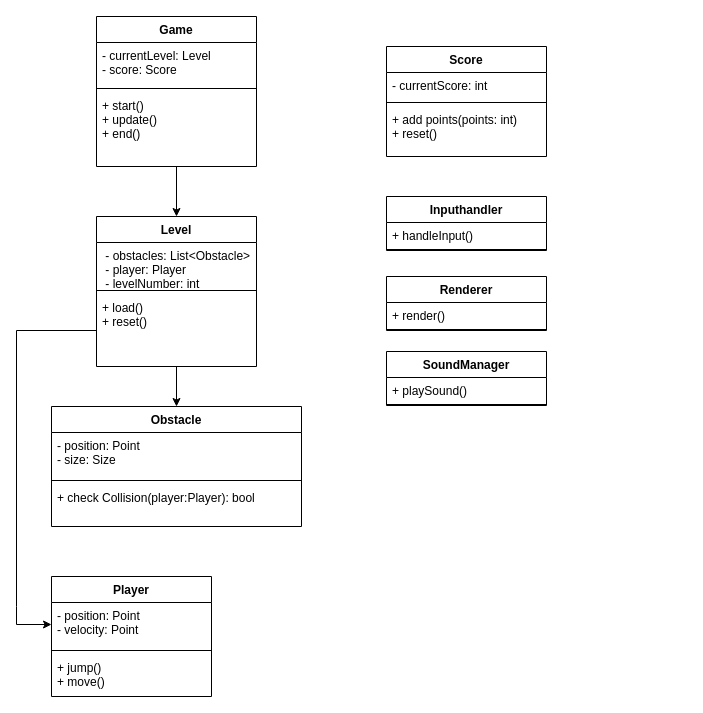
Above: design/classdiagram.drawio in MTHS-ICS4U-1-2023/ICS4U-Final-Project-EmmanuelAndEvgeny (draw.io), before the change. Source tidied: cells renumbered, new cells numbered last; positions are measured from the earlier drawing's top-left corner, leaving out a move shared by most shapes. Both pictures are drawn from the tidied source at 100%, with x=0, y=0 at pixel (16, 16).
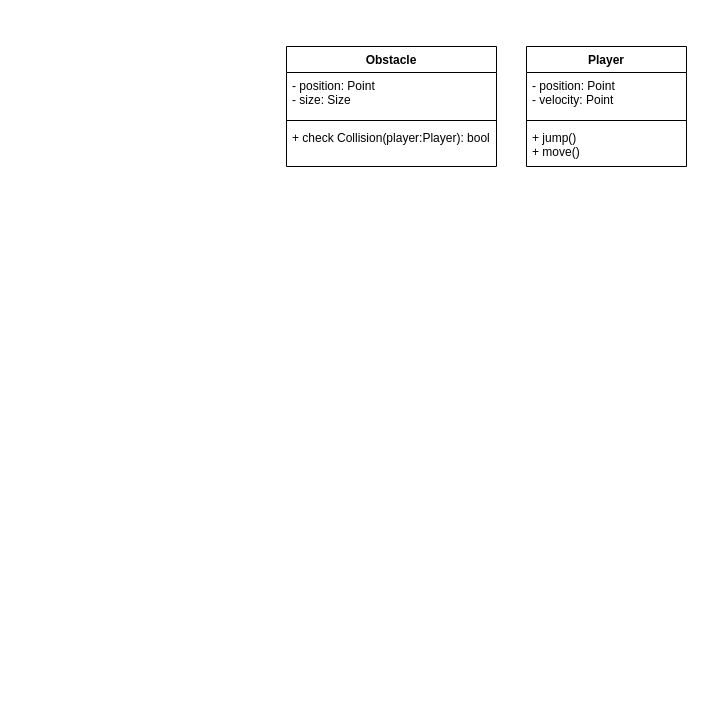
Above is the later version.

Commit message (it also covers changes not shown here):
took out some class diagrams

The change refers to these unchanged cells:
```xml
<mxCell id="17" value="- position: Point&#10;- velocity: Point" style="text;strokeColor=none;fillColor=none;align=left;verticalAlign=top;spacingLeft=4;spacingRight=4;overflow=hidden;points=[[0,0.5],[1,0.5]];portConstraint=eastwest;" parent="16" vertex="1">
  <mxGeometry y="26" width="160" height="44" as="geometry" />
</mxCell>
```

Change to the diagram source:
```diff
@@
-    <mxCell id="2" style="edgeStyle=none;html=1;exitX=0.5;exitY=1;exitDx=0;exitDy=0;entryX=0.5;entryY=0;entryDx=0;entryDy=0;" parent="1" edge="1" source="3" target="8">
-      <mxGeometry relative="1" as="geometry" />
-    </mxCell>
-    <mxCell id="3" value="Game" style="swimlane;fontStyle=1;align=center;verticalAlign=top;horizontal=1;startSize=26;" parent="1" vertex="1">
-      <mxGeometry x="80" width="160" height="150" as="geometry" />
-    </mxCell>
-    <mxCell id="4" value="- currentLevel: Level &#10;- score: Score" style="text;strokeColor=none;fillColor=none;align=left;verticalAlign=top;spacingLeft=4;spacingRight=4;overflow=hidden;" parent="3" vertex="1">
-      <mxGeometry y="26" width="160" height="42" as="geometry" />
-    </mxCell>
-    <mxCell id="5" style="line;strokeWidth=1;fillColor=none;align=left;verticalAlign=middle;spacingTop=-1;spacingLeft=3;spacingRight=3;labelPosition=right;strokeColor=inherit;" parent="3" vertex="1">
-      <mxGeometry y="68" width="160" height="8" as="geometry" />
-    </mxCell>
-    <mxCell id="6" value="+ start() &#10;+ update() &#10;+ end()  " style="text;strokeColor=none;fillColor=none;align=left;verticalAlign=top;spacingLeft=4;spacingRight=4;overflow=hidden;" parent="3" vertex="1">
-      <mxGeometry y="76" width="160" height="74" as="geometry" />
-    </mxCell>
-    <mxCell id="7" style="edgeStyle=none;html=1;exitX=0.5;exitY=1;exitDx=0;exitDy=0;entryX=0.5;entryY=0;entryDx=0;entryDy=0;" parent="1" edge="1" source="8" target="12">
-      <mxGeometry relative="1" as="geometry" />
-    </mxCell>
-    <mxCell id="8" value="Level" style="swimlane;fontStyle=1;align=center;verticalAlign=top;horizontal=1;startSize=26;" parent="1" vertex="1">
-      <mxGeometry x="80" y="200" width="160" height="150" as="geometry" />
-    </mxCell>
-    <mxCell id="9" value=" - obstacles: List&lt;Obstacle&gt;&#10; - player: Player &#10; - levelNumber: int " style="text;strokeColor=none;fillColor=none;align=left;verticalAlign=top;spacingLeft=4;spacingRight=4;overflow=hidden;" parent="8" vertex="1">
-      <mxGeometry y="26" width="160" height="44" as="geometry" />
-    </mxCell>
-    <mxCell id="10" style="line;strokeWidth=1;fillColor=none;align=left;verticalAlign=middle;spacingTop=-1;spacingLeft=3;spacingRight=3;labelPosition=right;strokeColor=inherit;" parent="8" vertex="1">
-      <mxGeometry y="70" width="160" height="8" as="geometry" />
-    </mxCell>
-    <mxCell id="11" value="+ load()&#10;+ reset()" style="text;strokeColor=none;fillColor=none;align=left;verticalAlign=top;spacingLeft=4;spacingRight=4;overflow=hidden;points=[[0,0.5],[1,0.5]];portConstraint=eastwest;" parent="8" vertex="1">
-      <mxGeometry y="78" width="160" height="72" as="geometry" />
-    </mxCell>
     <mxCell id="12" value="Obstacle" style="swimlane;fontStyle=1;align=center;verticalAlign=top;horizontal=1;startSize=26;" parent="1" vertex="1">
-      <mxGeometry x="35" y="390" width="250" height="120" as="geometry" />
+      <mxGeometry x="270" y="30" width="210" height="120" as="geometry" />
     </mxCell>
     <mxCell id="13" value="- position: Point&#10;- size: Size" style="text;strokeColor=none;fillColor=none;align=left;verticalAlign=top;spacingLeft=4;spacingRight=4;overflow=hidden;" parent="12" vertex="1">
-      <mxGeometry y="26" width="250" height="44" as="geometry" />
+      <mxGeometry y="26" width="210" height="44" as="geometry" />
     </mxCell>
     <mxCell id="14" style="line;strokeWidth=1;fillColor=none;align=left;verticalAlign=middle;spacingTop=-1;spacingLeft=3;spacingRight=3;labelPosition=right;strokeColor=inherit;" parent="12" vertex="1">
-      <mxGeometry y="70" width="250" height="8" as="geometry" />
+      <mxGeometry y="70" width="210" height="8" as="geometry" />
     </mxCell>
     <mxCell id="15" value="+ check Collision(player:Player): bool" style="text;strokeColor=none;fillColor=none;align=left;verticalAlign=top;spacingLeft=4;spacingRight=4;overflow=hidden;" parent="12" vertex="1">
-      <mxGeometry y="78" width="250" height="42" as="geometry" />
+      <mxGeometry y="78" width="210" height="42" as="geometry" />
     </mxCell>
     <mxCell id="16" value="Player" style="swimlane;fontStyle=1;align=center;verticalAlign=top;horizontal=1;startSize=26;" parent="1" vertex="1">
-      <mxGeometry x="35" y="560" width="160" height="120" as="geometry" />
+      <mxGeometry x="510" y="30" width="160" height="120" as="geometry" />
     </mxCell>
@@
-    <mxCell id="20" value="Inputhandler" style="swimlane;fontStyle=1;align=center;verticalAlign=top;horizontal=1;startSize=26;" parent="1" vertex="1">
-      <mxGeometry x="370" y="180" width="160" height="54" as="geometry" />
-    </mxCell>
-    <mxCell id="21" value="+ handleInput()" style="text;strokeColor=none;fillColor=none;align=left;verticalAlign=top;spacingLeft=4;spacingRight=4;overflow=hidden;" parent="20" vertex="1">
-      <mxGeometry y="26" width="160" height="26" as="geometry" />
-    </mxCell>
-    <mxCell id="22" style="line;strokeWidth=1;fillColor=none;align=left;verticalAlign=middle;spacingTop=-1;spacingLeft=3;spacingRight=3;labelPosition=right;strokeColor=inherit;" parent="20" vertex="1">
-      <mxGeometry y="52" width="160" height="2" as="geometry" />
-    </mxCell>
-    <mxCell id="23" value="Score" style="swimlane;fontStyle=1;align=center;verticalAlign=top;horizontal=1;startSize=26;" parent="1" vertex="1">
-      <mxGeometry x="370" y="30" width="160" height="110" as="geometry" />
-    </mxCell>
-    <mxCell id="24" value="- currentScore: int" style="text;strokeColor=none;fillColor=none;align=left;verticalAlign=top;spacingLeft=4;spacingRight=4;overflow=hidden;" parent="23" vertex="1">
-      <mxGeometry y="26" width="160" height="26" as="geometry" />
-    </mxCell>
-    <mxCell id="25" style="line;strokeWidth=1;fillColor=none;align=left;verticalAlign=middle;spacingTop=-1;spacingLeft=3;spacingRight=3;labelPosition=right;strokeColor=inherit;" parent="23" vertex="1">
-      <mxGeometry y="52" width="160" height="8" as="geometry" />
-    </mxCell>
-    <mxCell id="26" value="+ add points(points: int)&#10;+ reset()" style="text;strokeColor=none;fillColor=none;align=left;verticalAlign=top;spacingLeft=4;spacingRight=4;overflow=hidden;" parent="23" vertex="1">
-      <mxGeometry y="60" width="160" height="50" as="geometry" />
-    </mxCell>
-    <mxCell id="27" value="Renderer" style="swimlane;fontStyle=1;align=center;verticalAlign=top;horizontal=1;startSize=26;" parent="1" vertex="1">
-      <mxGeometry x="370" y="260" width="160" height="54" as="geometry" />
-    </mxCell>
-    <mxCell id="28" value="+ render()" style="text;strokeColor=none;fillColor=none;align=left;verticalAlign=top;spacingLeft=4;spacingRight=4;overflow=hidden;" parent="27" vertex="1">
-      <mxGeometry y="26" width="160" height="26" as="geometry" />
-    </mxCell>
-    <mxCell id="29" style="line;strokeWidth=1;fillColor=none;align=left;verticalAlign=middle;spacingTop=-1;spacingLeft=3;spacingRight=3;labelPosition=right;strokeColor=inherit;" parent="27" vertex="1">
-      <mxGeometry y="52" width="160" height="2" as="geometry" />
-    </mxCell>
-    <mxCell id="30" value="SoundManager" style="swimlane;fontStyle=1;align=center;verticalAlign=top;horizontal=1;startSize=26;" parent="1" vertex="1">
-      <mxGeometry x="370" y="335" width="160" height="54" as="geometry" />
-    </mxCell>
-    <mxCell id="31" value="+ playSound()" style="text;strokeColor=none;fillColor=none;align=left;verticalAlign=top;spacingLeft=4;spacingRight=4;overflow=hidden;" parent="30" vertex="1">
-      <mxGeometry y="26" width="160" height="26" as="geometry" />
-    </mxCell>
-    <mxCell id="32" style="line;strokeWidth=1;fillColor=none;align=left;verticalAlign=middle;spacingTop=-1;spacingLeft=3;spacingRight=3;labelPosition=right;strokeColor=inherit;" parent="30" vertex="1">
-      <mxGeometry y="52" width="160" height="2" as="geometry" />
-    </mxCell>
-    <mxCell id="33" style="edgeStyle=none;html=1;exitX=0;exitY=0.5;exitDx=0;exitDy=0;entryX=0;entryY=0.5;entryDx=0;entryDy=0;rounded=0;" parent="1" edge="1" source="11" target="17">
-      <mxGeometry relative="1" as="geometry">
-        <Array as="points">
-          <mxPoint y="314" />
-          <mxPoint y="590" />
-          <mxPoint y="608" />
-        </Array>
-      </mxGeometry>
-    </mxCell>
```
